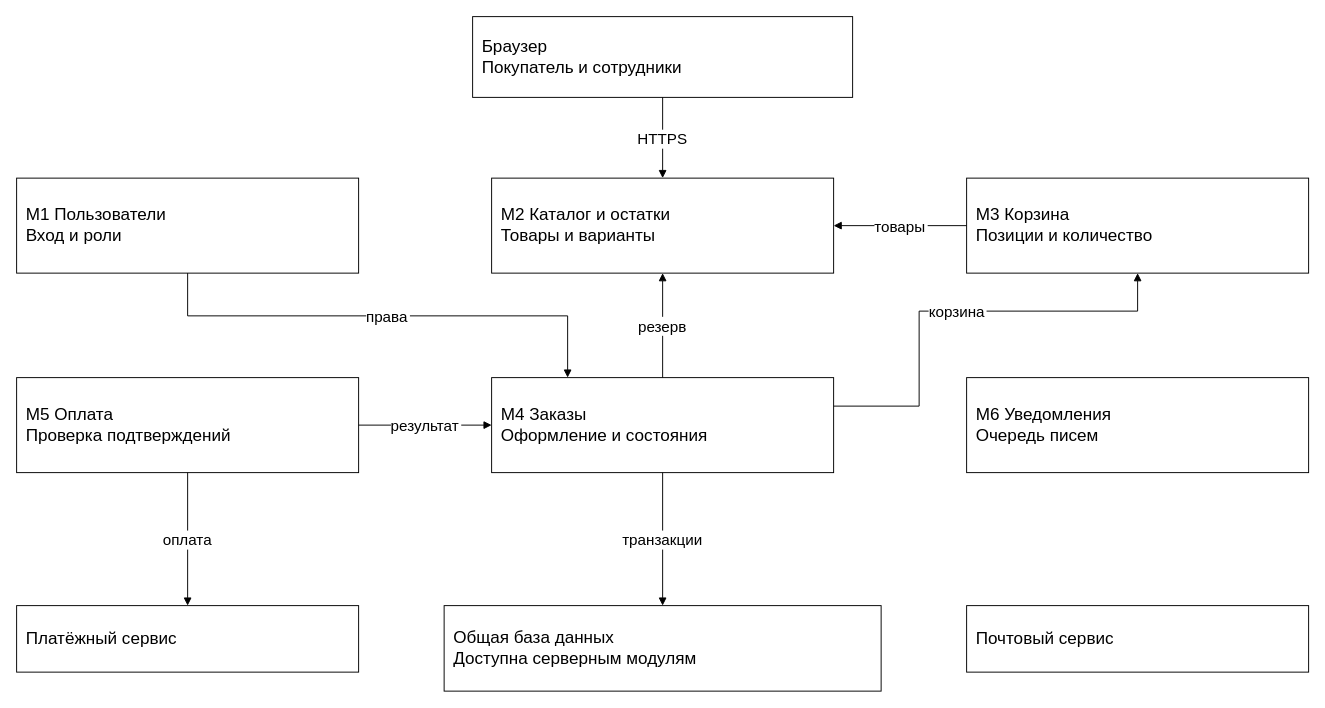
The draw.io diagram docs/4-architecture.drawio in mkad1roman-stack/se2-kadin, before the edit. Source tidied: cells renumbered, new cells numbered last; positions are measured from the earlier drawing's top-left corner, leaving out a move shared by most shapes. Both pictures are drawn from the tidied source at 95%, with x=0, y=0 at pixel (16, 16).
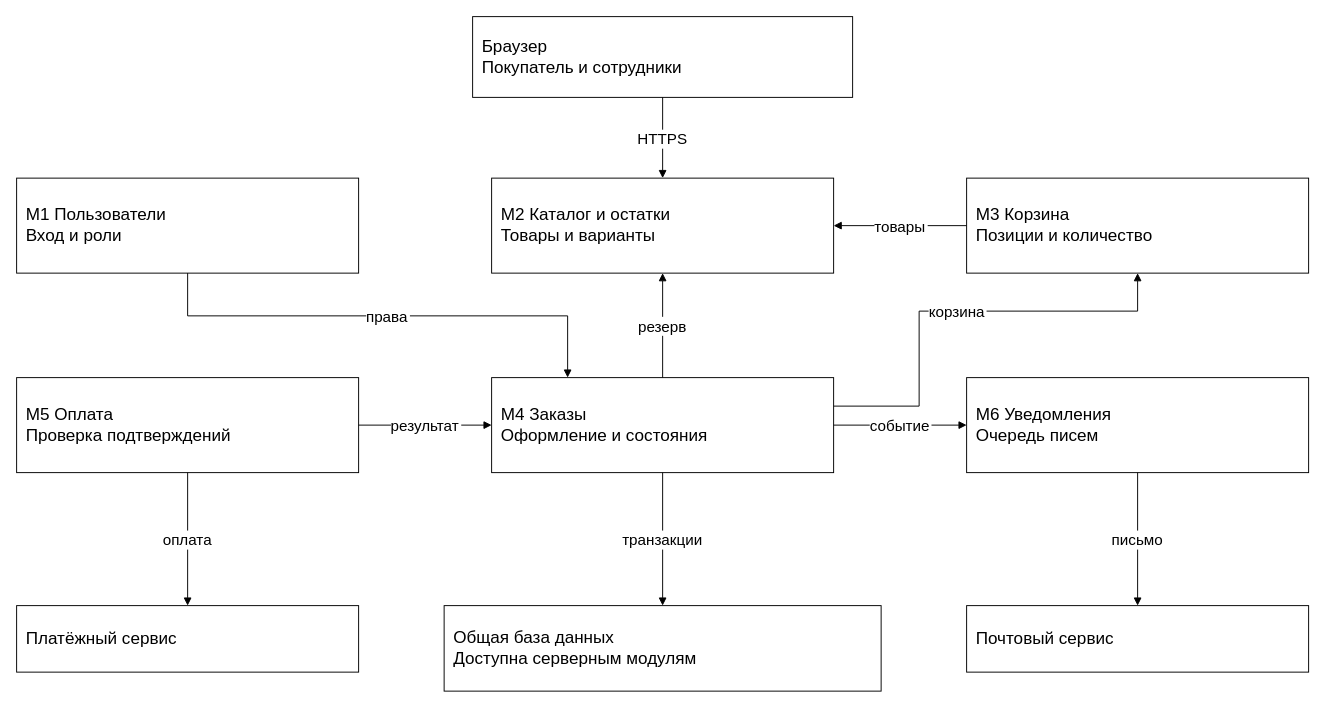
The same diagram, later.

Unchanged cells that the change refers to:
```xml
<mxCell id="6" value="М4 Заказы&#10;Оформление и состояния" style="rounded=0;whiteSpace=wrap;html=0;fillColor=#ffffff;strokeColor=#000000;fontColor=#000000;fontSize=18;align=left;spacing=10;" parent="1" vertex="1">
  <mxGeometry x="500" y="380" width="360" height="100" as="geometry" />
</mxCell>
<mxCell id="8" value="М6 Уведомления&#10;Очередь писем" style="rounded=0;whiteSpace=wrap;html=0;fillColor=#ffffff;strokeColor=#000000;fontColor=#000000;fontSize=18;align=left;spacing=10;" parent="1" vertex="1">
  <mxGeometry x="1000" y="380" width="360" height="100" as="geometry" />
</mxCell>
<mxCell id="10" value="Почтовый сервис" style="rounded=0;whiteSpace=wrap;html=0;fillColor=#ffffff;strokeColor=#000000;fontColor=#000000;fontSize=18;align=left;spacing=10;" parent="1" vertex="1">
  <mxGeometry x="1000" y="620" width="360" height="70" as="geometry" />
</mxCell>
```

Change to the diagram source:
```diff
@@
+    <mxCell id="20" value="событие" style="edgeStyle=orthogonalEdgeStyle;rounded=0;html=0;endArrow=block;endFill=1;strokeColor=#000000;fontColor=#000000;fontSize=16;" parent="1" edge="1" source="6" target="8">
+      <mxGeometry relative="1" as="geometry" />
+    </mxCell>
+    <mxCell id="21" value="письмо" style="edgeStyle=orthogonalEdgeStyle;rounded=0;html=0;endArrow=block;endFill=1;strokeColor=#000000;fontColor=#000000;fontSize=16;" parent="1" edge="1" source="8" target="10">
+      <mxGeometry relative="1" as="geometry" />
+    </mxCell>
```
